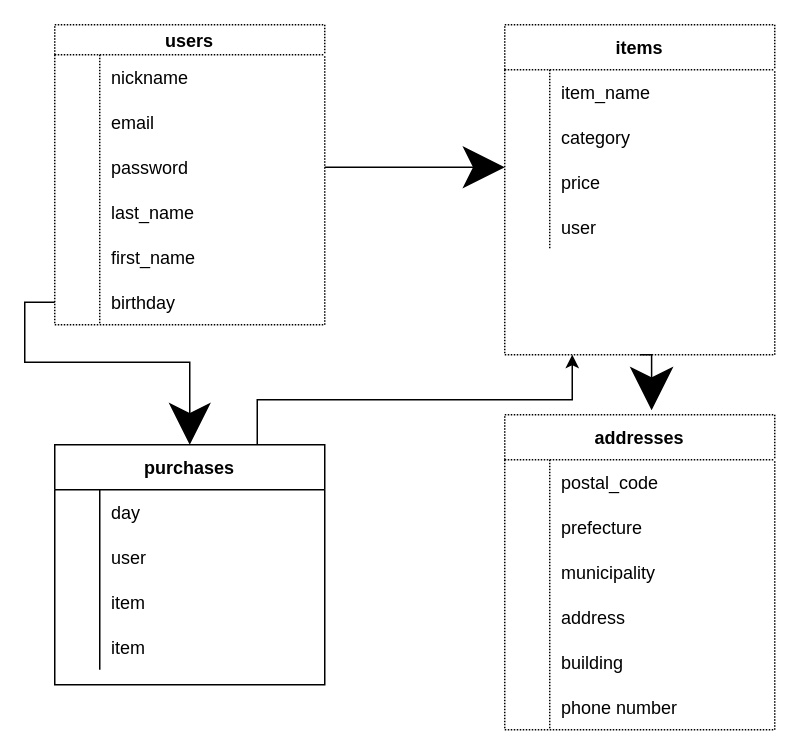
Above: test.dio in suzuki-gunji/furima-31649 (draw.io), before the change. Source tidied: cells renumbered, new cells numbered last; positions are measured from the earlier drawing's top-left corner, leaving out a move shared by most shapes. Both pictures are drawn from the tidied source at 150%, with x=0, y=0 at pixel (24, 24).
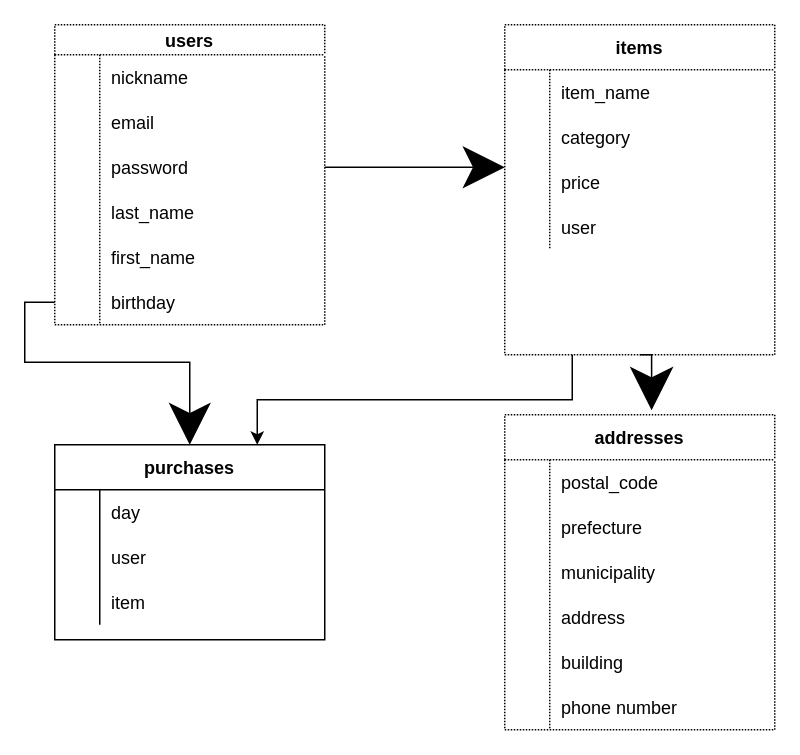
After the change.

Commit message (it also covers changes not shown here):
カラムの型の変更、ER図の修正

Unchanged cells that the change refers to:
```xml
<mxCell id="36" value="items" style="shape=table;startSize=30;childLayout=tableLayout;rowLines=0;fontStyle=1;align=center;dashed=1;dashPattern=1 1;" parent="1" vertex="1">
  <mxGeometry x="320" width="180" height="220" as="geometry" />
</mxCell>
```

The edit, as a diff of the source:
```diff
@@
-    <mxCell id="21" style="edgeStyle=orthogonalEdgeStyle;rounded=0;jettySize=auto;html=1;exitX=0.75;exitY=0;exitDx=0;exitDy=0;entryX=0.25;entryY=1;entryDx=0;entryDy=0;targetPerimeterSpacing=0;" parent="1" edge="1" source="22" target="36">
-      <mxGeometry relative="1" as="geometry" />
-    </mxCell>
     <mxCell id="22" value="purchases" style="shape=table;startSize=30;childLayout=tableLayout;rowLines=0;fontStyle=1;align=center;" parent="1" vertex="1">
-      <mxGeometry x="20" y="280" width="180" height="160" as="geometry" />
+      <mxGeometry x="20" y="280" width="180" height="130" as="geometry" />
     </mxCell>
@@
-    <mxCell id="32" style="shape=partialRectangle;fillColor=none;top=0;left=0;bottom=0;right=0;" parent="22" vertex="1">
-      <mxGeometry y="120" width="180" height="30" as="geometry" />
-    </mxCell>
-    <mxCell id="33" style="shape=partialRectangle;fillColor=none;top=0;left=0;bottom=0;right=0;overflow=hidden;" parent="32" vertex="1">
-      <mxGeometry width="30" height="30" as="geometry" />
-    </mxCell>
-    <mxCell id="34" value="item" style="shape=partialRectangle;fillColor=none;top=0;left=0;bottom=0;right=0;align=left;spacingLeft=6;overflow=hidden;" parent="32" vertex="1">
-      <mxGeometry x="30" width="150" height="30" as="geometry" />
-    </mxCell>
@@
+    <mxCell id="70" style="edgeStyle=orthogonalEdgeStyle;rounded=0;jettySize=auto;html=1;exitX=0.25;exitY=1;exitDx=0;exitDy=0;entryX=0.75;entryY=0;entryDx=0;entryDy=0;" parent="1" edge="1" source="36" target="22">
+      <mxGeometry relative="1" as="geometry" />
+    </mxCell>
```
